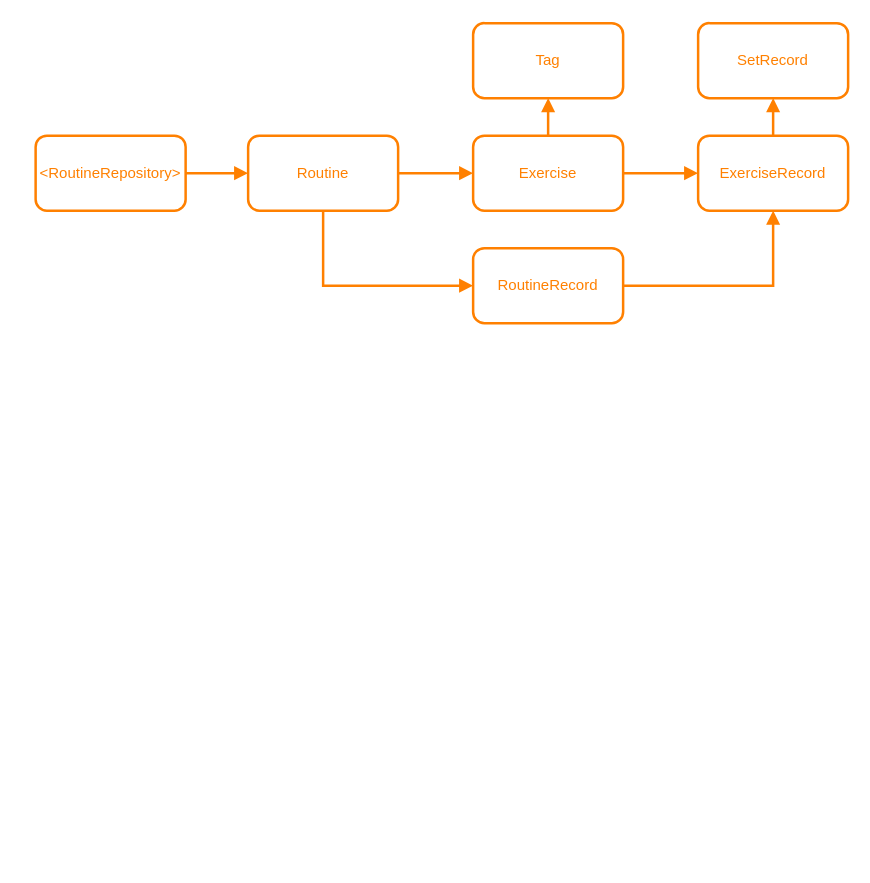
Earlier version of the draw.io diagram liftme-dependency-graph.drawio (boyceEstes/lift-me). Source tidied: cells renumbered, new cells numbered last; positions are measured from the earlier drawing's top-left corner, leaving out a move shared by most shapes. Both pictures are drawn from the tidied source at 125%, with x=0, y=0 at pixel (35, 22).
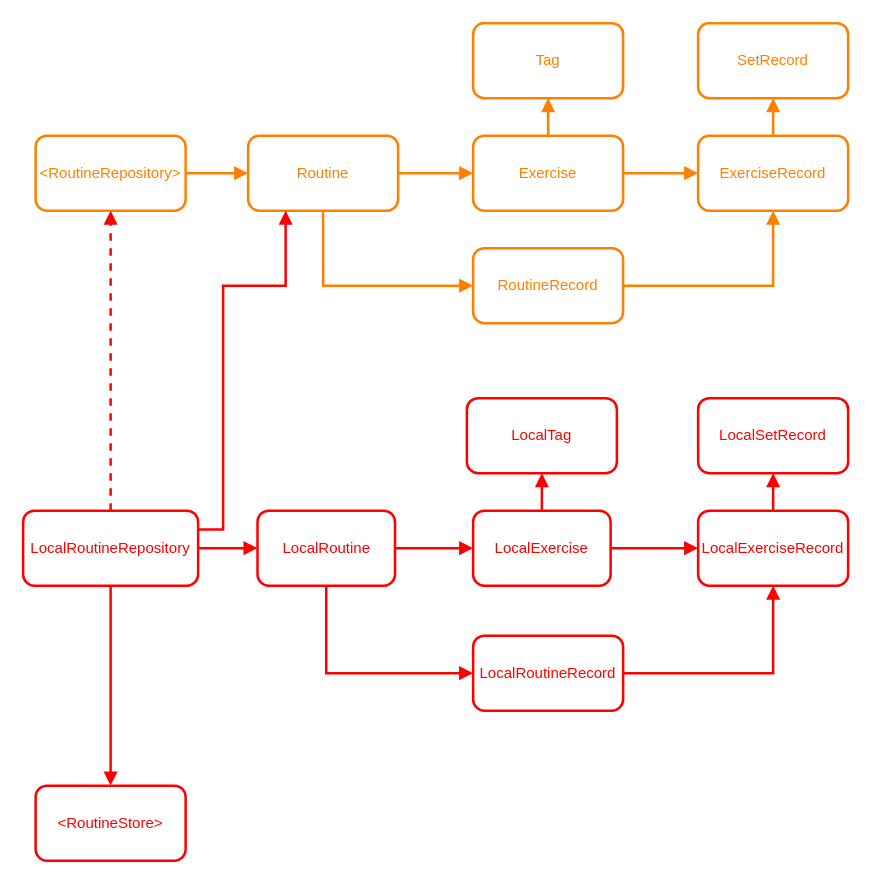
The same page after the edit.

Commit message:
Include LocalRoutineRepository and local models to lifeme dependency graph

The change refers to these unchanged cells:
```xml
<mxCell id="11" value="Routine" style="whiteSpace=wrap;html=1;fillColor=#FFFFFF;strokeColor=#FF8000;fontColor=#FF8000;rounded=1;strokeWidth=2;" parent="1" vertex="1">
  <mxGeometry x="170" y="90" width="120" height="60" as="geometry" />
</mxCell>
<mxCell id="13" value="RoutineRecord" style="whiteSpace=wrap;html=1;fillColor=#FFFFFF;strokeColor=#FF8000;fontColor=#FF8000;rounded=1;strokeWidth=2;" parent="1" vertex="1">
  <mxGeometry x="350" y="180" width="120" height="60" as="geometry" />
</mxCell>
<mxCell id="15" value="&amp;lt;RoutineRepository&amp;gt;" style="whiteSpace=wrap;html=1;fillColor=#FFFFFF;strokeColor=#FF8000;fontColor=#FF8000;rounded=1;strokeWidth=2;" parent="1" vertex="1">
  <mxGeometry y="90" width="120" height="60" as="geometry" />
</mxCell>
```

Change to the diagram source:
```diff
@@
-    <mxCell id="10" style="edgeStyle=orthogonalEdgeStyle;rounded=0;jettySize=auto;html=1;exitX=0.5;exitY=1;exitDx=0;exitDy=0;strokeColor=#FF8000;strokeWidth=2;endArrow=block;endFill=1;entryX=0;entryY=0.5;entryDx=0;entryDy=0;" parent="1" edge="1" source="11" target="13">
+    <mxCell id="10" style="edgeStyle=orthogonalEdgeStyle;rounded=0;jettySize=auto;html=1;exitX=0.5;exitY=1;exitDx=0;exitDy=0;strokeColor=#FF8000;strokeWidth=2;endArrow=block;endFill=1;" parent="1" edge="1" source="11" target="13">
       <mxGeometry relative="1" as="geometry">
         <Array as="points">
           <mxPoint x="230" y="210" />
+          <mxPoint x="240" y="210" />
         </Array>
       </mxGeometry>
     </mxCell>
@@
+    <mxCell id="16" style="edgeStyle=orthogonalEdgeStyle;rounded=0;jettySize=auto;html=1;exitX=0.5;exitY=1;exitDx=0;exitDy=0;strokeColor=#FF0000;strokeWidth=2;endArrow=block;endFill=1;" parent="1" edge="1" source="20" target="21">
+      <mxGeometry relative="1" as="geometry" />
+    </mxCell>
+    <mxCell id="17" style="edgeStyle=orthogonalEdgeStyle;rounded=0;jettySize=auto;html=1;exitX=1;exitY=0.5;exitDx=0;exitDy=0;strokeColor=#FF0000;strokeWidth=2;endArrow=block;endFill=1;" parent="1" edge="1" source="20" target="27">
+      <mxGeometry relative="1" as="geometry" />
+    </mxCell>
+    <mxCell id="18" style="edgeStyle=orthogonalEdgeStyle;rounded=0;jettySize=auto;html=1;exitX=0.5;exitY=0;exitDx=0;exitDy=0;strokeColor=#FF0000;strokeWidth=2;endArrow=block;endFill=1;dashed=1;" parent="1" edge="1" source="20" target="15">
+      <mxGeometry relative="1" as="geometry" />
+    </mxCell>
+    <mxCell id="19" style="edgeStyle=orthogonalEdgeStyle;rounded=0;jettySize=auto;html=1;exitX=1;exitY=0.25;exitDx=0;exitDy=0;entryX=0.25;entryY=1;entryDx=0;entryDy=0;strokeColor=#FF0000;strokeWidth=2;endArrow=block;endFill=1;" parent="1" edge="1" source="20" target="11">
+      <mxGeometry relative="1" as="geometry">
+        <Array as="points">
+          <mxPoint x="150" y="405" />
+          <mxPoint x="150" y="210" />
+          <mxPoint x="200" y="210" />
+        </Array>
+      </mxGeometry>
+    </mxCell>
+    <mxCell id="20" value="LocalRoutineRepository" style="rounded=1;whiteSpace=wrap;html=1;strokeColor=#FF0000;strokeWidth=2;fillColor=#FFFFFF;fontColor=#FF0000;" parent="1" vertex="1">
+      <mxGeometry x="-10" y="390" width="140" height="60" as="geometry" />
+    </mxCell>
+    <mxCell id="21" value="&amp;lt;RoutineStore&amp;gt;" style="whiteSpace=wrap;html=1;fillColor=#FFFFFF;strokeColor=#FF0000;fontColor=#FF0000;rounded=1;strokeWidth=2;" parent="1" vertex="1">
+      <mxGeometry y="610" width="120" height="60" as="geometry" />
+    </mxCell>
+    <mxCell id="22" style="edgeStyle=orthogonalEdgeStyle;rounded=0;jettySize=auto;html=1;strokeColor=#FF0000;strokeWidth=2;endArrow=block;endFill=1;" parent="1" edge="1" source="24" target="29">
+      <mxGeometry relative="1" as="geometry" />
+    </mxCell>
+    <mxCell id="23" style="edgeStyle=orthogonalEdgeStyle;rounded=0;jettySize=auto;html=1;strokeColor=#FF0000;strokeWidth=2;endArrow=block;endFill=1;" parent="1" edge="1" source="24" target="31">
+      <mxGeometry relative="1" as="geometry" />
+    </mxCell>
+    <mxCell id="24" value="LocalExercise" style="rounded=1;whiteSpace=wrap;html=1;strokeColor=#FF0000;strokeWidth=2;fillColor=#FFFFFF;fontColor=#FF0000;" parent="1" vertex="1">
+      <mxGeometry x="350" y="390" width="110" height="60" as="geometry" />
+    </mxCell>
+    <mxCell id="25" style="edgeStyle=orthogonalEdgeStyle;rounded=0;jettySize=auto;html=1;exitX=1;exitY=0.5;exitDx=0;exitDy=0;strokeColor=#FF0000;strokeWidth=2;endArrow=block;endFill=1;" parent="1" edge="1" source="27" target="24">
+      <mxGeometry relative="1" as="geometry" />
+    </mxCell>
+    <mxCell id="26" style="edgeStyle=orthogonalEdgeStyle;rounded=0;jettySize=auto;html=1;strokeColor=#FF0000;strokeWidth=2;endArrow=block;endFill=1;entryX=0;entryY=0.5;entryDx=0;entryDy=0;exitX=0.5;exitY=1;exitDx=0;exitDy=0;" parent="1" edge="1" source="27" target="33">
+      <mxGeometry relative="1" as="geometry" />
+    </mxCell>
+    <mxCell id="27" value="LocalRoutine" style="rounded=1;whiteSpace=wrap;html=1;strokeColor=#FF0000;strokeWidth=2;fillColor=#FFFFFF;fontColor=#FF0000;" parent="1" vertex="1">
+      <mxGeometry x="177.5" y="390" width="110" height="60" as="geometry" />
+    </mxCell>
+    <mxCell id="28" style="edgeStyle=orthogonalEdgeStyle;rounded=0;jettySize=auto;html=1;strokeColor=#FF0000;strokeWidth=2;endArrow=block;endFill=1;" parent="1" edge="1" source="29" target="30">
+      <mxGeometry relative="1" as="geometry" />
+    </mxCell>
+    <mxCell id="29" value="LocalExerciseRecord" style="whiteSpace=wrap;html=1;fillColor=#FFFFFF;strokeColor=#FF0000;fontColor=#FF0000;rounded=1;strokeWidth=2;" parent="1" vertex="1">
+      <mxGeometry x="530" y="390" width="120" height="60" as="geometry" />
+    </mxCell>
+    <mxCell id="30" value="LocalSetRecord" style="whiteSpace=wrap;html=1;fillColor=#FFFFFF;strokeColor=#FF0000;fontColor=#FF0000;rounded=1;strokeWidth=2;" parent="1" vertex="1">
+      <mxGeometry x="530" y="300" width="120" height="60" as="geometry" />
+    </mxCell>
+    <mxCell id="31" value="LocalTag" style="whiteSpace=wrap;html=1;fillColor=#FFFFFF;strokeColor=#FF0000;fontColor=#FF0000;rounded=1;strokeWidth=2;" parent="1" vertex="1">
+      <mxGeometry x="345" y="300" width="120" height="60" as="geometry" />
+    </mxCell>
+    <mxCell id="32" style="edgeStyle=orthogonalEdgeStyle;rounded=0;jettySize=auto;html=1;exitX=1;exitY=0.5;exitDx=0;exitDy=0;strokeColor=#FF0000;strokeWidth=2;endArrow=block;endFill=1;" parent="1" edge="1" source="33" target="29">
+      <mxGeometry relative="1" as="geometry" />
+    </mxCell>
+    <mxCell id="33" value="LocalRoutineRecord" style="whiteSpace=wrap;html=1;fillColor=#FFFFFF;strokeColor=#FF0000;fontColor=#FF0000;rounded=1;strokeWidth=2;" parent="1" vertex="1">
+      <mxGeometry x="350" y="490" width="120" height="60" as="geometry" />
+    </mxCell>
```
